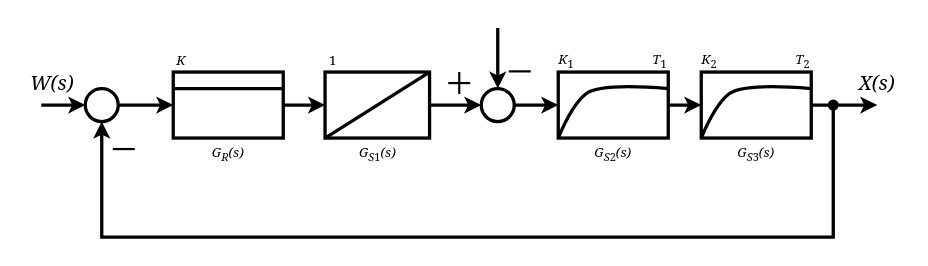
MaKaNu/draws keeps this draw.io diagram as diagrammRT.drawio. Above is the earlier version. Source tidied: cells renumbered, new cells numbered last; positions are measured from the earlier drawing's top-left corner, leaving out a move shared by most shapes. Both pictures are drawn from the tidied source at 110%, with x=0, y=0 at pixel (19, 28).
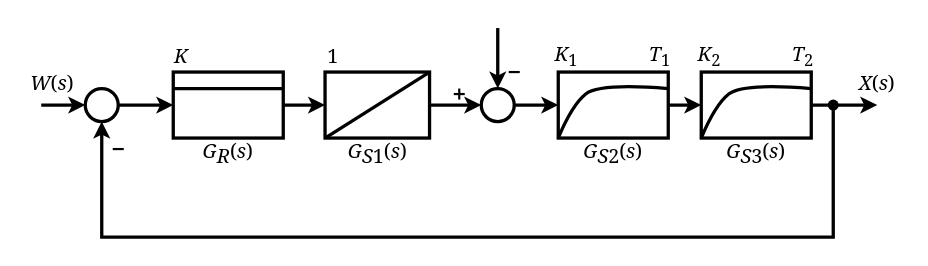
The same page after the edit.

What changed in the source:
```diff
@@
-    <mxCell id="26" value="&lt;i&gt;&lt;font face=&quot;Georgia&quot;&gt;&lt;font style=&quot;font-size: 13px;&quot;&gt;&lt;font style=&quot;font-size: 14px;&quot;&gt;&lt;font style=&quot;font-size: 15px;&quot;&gt;&lt;font style=&quot;font-size: 16px;&quot;&gt;&lt;font style=&quot;font-size: 17px;&quot;&gt;&lt;font style=&quot;font-size: 18px;&quot;&gt;W(s)&lt;/font&gt;&lt;/font&gt;&lt;/font&gt;&lt;/font&gt;&lt;/font&gt;&lt;/font&gt;&lt;/font&gt;&lt;/i&gt;" style="text;html=1;strokeColor=none;fillColor=none;align=center;verticalAlign=middle;whiteSpace=wrap;rounded=0;fontFamily=Times New Roman;" parent="1" vertex="1">
+    <mxCell id="26" value="&lt;i&gt;&lt;font face=&quot;Georgia&quot;&gt;&lt;font style=&quot;font-size: 13px;&quot;&gt;&lt;font style=&quot;font-size: 14px;&quot;&gt;&lt;font style=&quot;font-size: 15px;&quot;&gt;&lt;font style=&quot;font-size: 16px;&quot;&gt;&lt;font style=&quot;font-size: 17px;&quot;&gt;&lt;font style=&quot;font-size: 18px;&quot;&gt;W&lt;/font&gt;&lt;/font&gt;&lt;/font&gt;&lt;/font&gt;&lt;/font&gt;&lt;/font&gt;&lt;/font&gt;&lt;/i&gt;&lt;font face=&quot;Georgia&quot;&gt;&lt;font style=&quot;font-size: 13px;&quot;&gt;&lt;font style=&quot;font-size: 14px;&quot;&gt;&lt;font style=&quot;font-size: 15px;&quot;&gt;&lt;font style=&quot;font-size: 16px;&quot;&gt;&lt;font style=&quot;font-size: 17px;&quot;&gt;&lt;font style=&quot;font-size: 18px;&quot;&gt;(&lt;/font&gt;&lt;/font&gt;&lt;/font&gt;&lt;/font&gt;&lt;/font&gt;&lt;/font&gt;&lt;/font&gt;&lt;i&gt;&lt;font face=&quot;Georgia&quot;&gt;&lt;font style=&quot;font-size: 13px;&quot;&gt;&lt;font style=&quot;font-size: 14px;&quot;&gt;&lt;font style=&quot;font-size: 15px;&quot;&gt;&lt;font style=&quot;font-size: 16px;&quot;&gt;&lt;font style=&quot;font-size: 17px;&quot;&gt;&lt;font style=&quot;font-size: 18px;&quot;&gt;s&lt;/font&gt;&lt;/font&gt;&lt;/font&gt;&lt;/font&gt;&lt;/font&gt;&lt;/font&gt;&lt;/font&gt;&lt;/i&gt;&lt;font face=&quot;Georgia&quot;&gt;&lt;font style=&quot;font-size: 13px;&quot;&gt;&lt;font style=&quot;font-size: 14px;&quot;&gt;&lt;font style=&quot;font-size: 15px;&quot;&gt;&lt;font style=&quot;font-size: 16px;&quot;&gt;&lt;font style=&quot;font-size: 17px;&quot;&gt;&lt;font style=&quot;font-size: 18px;&quot;&gt;)&lt;/font&gt;&lt;/font&gt;&lt;/font&gt;&lt;/font&gt;&lt;/font&gt;&lt;/font&gt;&lt;/font&gt;" style="text;html=1;strokeColor=none;fillColor=none;align=center;verticalAlign=middle;whiteSpace=wrap;rounded=0;fontFamily=Times New Roman;" parent="1" vertex="1">
       <mxGeometry y="35" width="60" height="30" as="geometry" />
     </mxCell>
     <mxCell id="27" style="endArrow=none;html=1;rounded=0;strokeWidth=2;" parent="1" edge="1">
       <mxGeometry relative="1" as="geometry">
-        <mxPoint x="105" y="110" as="sourcePoint" />
+        <mxPoint x="95" y="110" as="sourcePoint" />
         <mxPoint x="85" y="110" as="targetPoint" />
       </mxGeometry>
     </mxCell>
     <mxCell id="28" style="endArrow=none;html=1;rounded=0;strokeWidth=2;" parent="1" edge="1">
       <mxGeometry relative="1" as="geometry">
-        <mxPoint x="465" y="39.4" as="sourcePoint" />
-        <mxPoint x="445" y="39.4" as="targetPoint" />
+        <mxPoint x="455" y="40" as="sourcePoint" />
+        <mxPoint x="445" y="40" as="targetPoint" />
       </mxGeometry>
     </mxCell>
     <mxCell id="29" style="group;strokeWidth=1;strokeColor=none;" parent="1" vertex="1">
-      <mxGeometry x="390" y="40" width="20" height="20" as="geometry" />
+      <mxGeometry x="390" y="50" width="20" height="20" as="geometry" />
     </mxCell>
     <mxCell id="30" style="endArrow=none;html=1;rounded=0;strokeWidth=2;" parent="29" edge="1">
       <mxGeometry relative="1" as="geometry">
-        <mxPoint x="20" y="10" as="sourcePoint" />
-        <mxPoint y="10" as="targetPoint" />
+        <mxPoint x="15" y="10" as="sourcePoint" />
+        <mxPoint x="5" y="10" as="targetPoint" />
       </mxGeometry>
     </mxCell>
     <mxCell id="31" style="endArrow=none;html=1;rounded=0;strokeWidth=2;" parent="29" edge="1">
       <mxGeometry relative="1" as="geometry">
-        <mxPoint x="10" as="sourcePoint" />
-        <mxPoint x="10" y="20" as="targetPoint" />
+        <mxPoint x="10" y="5" as="sourcePoint" />
+        <mxPoint x="10" y="15" as="targetPoint" />
       </mxGeometry>
     </mxCell>
@@
-    <mxCell id="33" value="&lt;i&gt;&lt;font face=&quot;Georgia&quot;&gt;&lt;font style=&quot;font-size: 13px;&quot;&gt;&lt;font style=&quot;font-size: 14px;&quot;&gt;&lt;font style=&quot;font-size: 15px;&quot;&gt;&lt;font style=&quot;font-size: 16px;&quot;&gt;&lt;font style=&quot;font-size: 17px;&quot;&gt;&lt;font style=&quot;font-size: 18px;&quot;&gt;X(s)&lt;/font&gt;&lt;/font&gt;&lt;/font&gt;&lt;/font&gt;&lt;/font&gt;&lt;/font&gt;&lt;/font&gt;&lt;/i&gt;" style="text;html=1;strokeColor=none;fillColor=none;align=center;verticalAlign=middle;whiteSpace=wrap;rounded=0;fontFamily=Times New Roman;" parent="1" vertex="1">
+    <mxCell id="33" value="&lt;i&gt;&lt;font face=&quot;Georgia&quot;&gt;&lt;font style=&quot;font-size: 13px;&quot;&gt;&lt;font style=&quot;font-size: 14px;&quot;&gt;&lt;font style=&quot;font-size: 15px;&quot;&gt;&lt;font style=&quot;font-size: 16px;&quot;&gt;&lt;font style=&quot;font-size: 17px;&quot;&gt;&lt;font style=&quot;font-size: 18px;&quot;&gt;X&lt;/font&gt;&lt;/font&gt;&lt;/font&gt;&lt;/font&gt;&lt;/font&gt;&lt;/font&gt;&lt;/font&gt;&lt;/i&gt;&lt;font face=&quot;Georgia&quot;&gt;&lt;font style=&quot;font-size: 13px;&quot;&gt;&lt;font style=&quot;font-size: 14px;&quot;&gt;&lt;font style=&quot;font-size: 15px;&quot;&gt;&lt;font style=&quot;font-size: 16px;&quot;&gt;&lt;font style=&quot;font-size: 17px;&quot;&gt;&lt;font style=&quot;font-size: 18px;&quot;&gt;(&lt;/font&gt;&lt;/font&gt;&lt;/font&gt;&lt;/font&gt;&lt;/font&gt;&lt;/font&gt;&lt;/font&gt;&lt;i&gt;&lt;font face=&quot;Georgia&quot;&gt;&lt;font style=&quot;font-size: 13px;&quot;&gt;&lt;font style=&quot;font-size: 14px;&quot;&gt;&lt;font style=&quot;font-size: 15px;&quot;&gt;&lt;font style=&quot;font-size: 16px;&quot;&gt;&lt;font style=&quot;font-size: 17px;&quot;&gt;&lt;font style=&quot;font-size: 18px;&quot;&gt;s&lt;/font&gt;&lt;/font&gt;&lt;/font&gt;&lt;/font&gt;&lt;/font&gt;&lt;/font&gt;&lt;/font&gt;&lt;/i&gt;&lt;font face=&quot;Georgia&quot;&gt;&lt;font style=&quot;font-size: 13px;&quot;&gt;&lt;font style=&quot;font-size: 14px;&quot;&gt;&lt;font style=&quot;font-size: 15px;&quot;&gt;&lt;font style=&quot;font-size: 16px;&quot;&gt;&lt;font style=&quot;font-size: 17px;&quot;&gt;&lt;font style=&quot;font-size: 18px;&quot;&gt;)&lt;/font&gt;&lt;/font&gt;&lt;/font&gt;&lt;/font&gt;&lt;/font&gt;&lt;/font&gt;&lt;/font&gt;" style="text;html=1;strokeColor=none;fillColor=none;align=center;verticalAlign=middle;whiteSpace=wrap;rounded=0;fontFamily=Times New Roman;" parent="1" vertex="1">
       <mxGeometry x="750" y="35" width="60" height="30" as="geometry" />
     </mxCell>
-    <mxCell id="34" value="&lt;i&gt;&lt;font face=&quot;Georgia&quot;&gt;G&lt;sub&gt;R&lt;/sub&gt;(s)&lt;/font&gt;&lt;/i&gt;" style="text;html=1;strokeColor=none;fillColor=none;align=center;verticalAlign=middle;whiteSpace=wrap;rounded=0;fontFamily=Times New Roman;" parent="1" vertex="1">
+    <mxCell id="34" value="&lt;i style=&quot;font-size: 18px;&quot;&gt;&lt;font style=&quot;font-size: 18px;&quot; face=&quot;Georgia&quot;&gt;G&lt;sub style=&quot;font-size: 18px;&quot;&gt;R&lt;/sub&gt;&lt;/font&gt;&lt;/i&gt;&lt;span style=&quot;font-size: 18px;&quot;&gt;&lt;font style=&quot;font-size: 18px;&quot; face=&quot;Georgia&quot;&gt;(&lt;/font&gt;&lt;/span&gt;&lt;i style=&quot;font-size: 18px;&quot;&gt;&lt;font style=&quot;font-size: 18px;&quot; face=&quot;Georgia&quot;&gt;s&lt;/font&gt;&lt;/i&gt;&lt;span style=&quot;font-size: 18px;&quot;&gt;&lt;font style=&quot;font-size: 18px;&quot; face=&quot;Georgia&quot;&gt;)&lt;/font&gt;&lt;/span&gt;" style="text;html=1;strokeColor=none;fillColor=none;align=center;verticalAlign=middle;whiteSpace=wrap;rounded=0;fontFamily=Times New Roman;fontSize=18;" parent="1" vertex="1">
       <mxGeometry x="160" y="100" width="60" height="30" as="geometry" />
     </mxCell>
-    <mxCell id="35" value="&lt;i&gt;&lt;font face=&quot;Georgia&quot;&gt;G&lt;sub&gt;S&lt;/sub&gt;&lt;/font&gt;&lt;/i&gt;&lt;font face=&quot;Georgia&quot;&gt;&lt;sub&gt;1&lt;/sub&gt;&lt;/font&gt;&lt;i&gt;&lt;font face=&quot;Georgia&quot;&gt;&lt;sub&gt;&lt;/sub&gt;(s)&lt;/font&gt;&lt;/i&gt;" style="text;html=1;strokeColor=none;fillColor=none;align=center;verticalAlign=middle;whiteSpace=wrap;rounded=0;fontFamily=Times New Roman;" parent="1" vertex="1">
+    <mxCell id="35" value="&lt;i style=&quot;font-size: 18px;&quot;&gt;&lt;font style=&quot;font-size: 18px;&quot; face=&quot;Georgia&quot;&gt;G&lt;sub style=&quot;font-size: 18px;&quot;&gt;S&lt;/sub&gt;&lt;/font&gt;&lt;/i&gt;&lt;font style=&quot;font-size: 18px;&quot; face=&quot;Georgia&quot;&gt;&lt;sub style=&quot;font-size: 18px;&quot;&gt;1&lt;/sub&gt;&lt;/font&gt;&lt;span style=&quot;font-size: 18px;&quot;&gt;&lt;font style=&quot;font-size: 18px;&quot; face=&quot;Georgia&quot;&gt;(&lt;/font&gt;&lt;/span&gt;&lt;i style=&quot;font-size: 18px;&quot;&gt;&lt;font style=&quot;font-size: 18px;&quot; face=&quot;Georgia&quot;&gt;s&lt;/font&gt;&lt;/i&gt;&lt;span style=&quot;font-size: 18px;&quot;&gt;&lt;font style=&quot;font-size: 18px;&quot; face=&quot;Georgia&quot;&gt;)&lt;/font&gt;&lt;/span&gt;" style="text;html=1;strokeColor=none;fillColor=none;align=center;verticalAlign=middle;whiteSpace=wrap;rounded=0;fontFamily=Times New Roman;fontSize=18;" parent="1" vertex="1">
       <mxGeometry x="295.5" y="100" width="60" height="30" as="geometry" />
     </mxCell>
-    <mxCell id="36" value="&lt;i&gt;&lt;font face=&quot;Georgia&quot;&gt;G&lt;sub&gt;S&lt;/sub&gt;&lt;/font&gt;&lt;/i&gt;&lt;font face=&quot;Georgia&quot;&gt;&lt;sub&gt;2&lt;/sub&gt;&lt;/font&gt;&lt;i&gt;&lt;font face=&quot;Georgia&quot;&gt;&lt;sub&gt;&lt;/sub&gt;(s)&lt;/font&gt;&lt;/i&gt;" style="text;html=1;strokeColor=none;fillColor=none;align=center;verticalAlign=middle;whiteSpace=wrap;rounded=0;fontFamily=Times New Roman;" parent="1" vertex="1">
+    <mxCell id="36" value="&lt;i style=&quot;font-size: 18px;&quot;&gt;&lt;font style=&quot;font-size: 18px;&quot; face=&quot;Georgia&quot;&gt;G&lt;sub style=&quot;font-size: 18px;&quot;&gt;S&lt;/sub&gt;&lt;/font&gt;&lt;/i&gt;&lt;font style=&quot;font-size: 18px;&quot; face=&quot;Georgia&quot;&gt;&lt;sub style=&quot;font-size: 18px;&quot;&gt;2&lt;/sub&gt;&lt;/font&gt;&lt;span style=&quot;font-size: 18px;&quot;&gt;&lt;font style=&quot;font-size: 18px;&quot; face=&quot;Georgia&quot;&gt;(&lt;/font&gt;&lt;/span&gt;&lt;i style=&quot;font-size: 18px;&quot;&gt;&lt;font style=&quot;font-size: 18px;&quot; face=&quot;Georgia&quot;&gt;s&lt;/font&gt;&lt;/i&gt;&lt;span style=&quot;font-size: 18px;&quot;&gt;&lt;font style=&quot;font-size: 18px;&quot; face=&quot;Georgia&quot;&gt;)&lt;/font&gt;&lt;/span&gt;" style="text;html=1;strokeColor=none;fillColor=none;align=center;verticalAlign=middle;whiteSpace=wrap;rounded=0;fontFamily=Times New Roman;fontSize=18;" parent="1" vertex="1">
       <mxGeometry x="510" y="100" width="60" height="30" as="geometry" />
     </mxCell>
-    <mxCell id="37" value="&lt;i&gt;&lt;font face=&quot;Georgia&quot;&gt;G&lt;sub&gt;S&lt;/sub&gt;&lt;/font&gt;&lt;/i&gt;&lt;font face=&quot;Georgia&quot;&gt;&lt;sub&gt;3&lt;/sub&gt;&lt;/font&gt;&lt;i&gt;&lt;font face=&quot;Georgia&quot;&gt;&lt;sub&gt;&lt;/sub&gt;(s)&lt;/font&gt;&lt;/i&gt;" style="text;html=1;strokeColor=none;fillColor=none;align=center;verticalAlign=middle;whiteSpace=wrap;rounded=0;fontFamily=Times New Roman;" parent="1" vertex="1">
+    <mxCell id="37" value="&lt;i style=&quot;font-size: 18px;&quot;&gt;&lt;font style=&quot;font-size: 18px;&quot; face=&quot;Georgia&quot;&gt;G&lt;sub style=&quot;font-size: 18px;&quot;&gt;S&lt;/sub&gt;&lt;/font&gt;&lt;/i&gt;&lt;font style=&quot;font-size: 18px;&quot; face=&quot;Georgia&quot;&gt;&lt;sub style=&quot;font-size: 18px;&quot;&gt;3&lt;/sub&gt;&lt;/font&gt;&lt;span style=&quot;font-size: 18px;&quot;&gt;&lt;font style=&quot;font-size: 18px;&quot; face=&quot;Georgia&quot;&gt;(&lt;/font&gt;&lt;/span&gt;&lt;i style=&quot;font-size: 18px;&quot;&gt;&lt;font style=&quot;font-size: 18px;&quot; face=&quot;Georgia&quot;&gt;s&lt;/font&gt;&lt;/i&gt;&lt;span style=&quot;font-size: 18px;&quot;&gt;&lt;font style=&quot;font-size: 18px;&quot; face=&quot;Georgia&quot;&gt;)&lt;/font&gt;&lt;/span&gt;" style="text;html=1;strokeColor=none;fillColor=none;align=center;verticalAlign=middle;whiteSpace=wrap;rounded=0;fontFamily=Times New Roman;fontSize=18;" parent="1" vertex="1">
       <mxGeometry x="640" y="100" width="60" height="30" as="geometry" />
     </mxCell>
-    <mxCell id="38" value="&lt;i&gt;&lt;font face=&quot;Georgia&quot;&gt;K&lt;/font&gt;&lt;/i&gt;" style="text;html=1;strokeColor=none;fillColor=none;align=center;verticalAlign=middle;whiteSpace=wrap;rounded=0;fontFamily=Times New Roman;" parent="1" vertex="1">
-      <mxGeometry x="140" y="20" width="15" height="20" as="geometry" />
+    <mxCell id="38" value="&lt;font style=&quot;font-size: 15px;&quot;&gt;&lt;i&gt;&lt;font style=&quot;font-size: 15px;&quot; face=&quot;Georgia&quot;&gt;&lt;font style=&quot;font-size: 15px;&quot;&gt;&lt;font style=&quot;font-size: 16px;&quot;&gt;&lt;font style=&quot;font-size: 17px;&quot;&gt;&lt;font style=&quot;font-size: 18px;&quot;&gt;K&lt;/font&gt;&lt;/font&gt;&lt;/font&gt;&lt;/font&gt;&lt;/font&gt;&lt;/i&gt;&lt;/font&gt;" style="text;html=1;strokeColor=none;fillColor=none;align=center;verticalAlign=middle;whiteSpace=wrap;rounded=0;fontFamily=Times New Roman;" parent="1" vertex="1">
+      <mxGeometry x="140" y="15" width="15" height="20" as="geometry" />
     </mxCell>
-    <mxCell id="39" value="&lt;i&gt;&lt;font face=&quot;Georgia&quot;&gt;K&lt;/font&gt;&lt;/i&gt;&lt;font face=&quot;Georgia&quot;&gt;&lt;sub&gt;1&lt;/sub&gt;&lt;/font&gt;" style="text;html=1;strokeColor=none;fillColor=none;align=center;verticalAlign=middle;whiteSpace=wrap;rounded=0;fontFamily=Times New Roman;" parent="1" vertex="1">
-      <mxGeometry x="490" y="20" width="15" height="20" as="geometry" />
+    <mxCell id="39" value="&lt;font style=&quot;font-size: 18px;&quot;&gt;&lt;i&gt;&lt;font style=&quot;font-size: 18px;&quot; face=&quot;Georgia&quot;&gt;K&lt;/font&gt;&lt;/i&gt;&lt;font style=&quot;font-size: 18px;&quot; face=&quot;Georgia&quot;&gt;&lt;sub&gt;1&lt;/sub&gt;&lt;/font&gt;&lt;/font&gt;" style="text;html=1;strokeColor=none;fillColor=none;align=center;verticalAlign=middle;whiteSpace=wrap;rounded=0;fontFamily=Times New Roman;" parent="1" vertex="1">
+      <mxGeometry x="490" y="15" width="15" height="20" as="geometry" />
     </mxCell>
-    <mxCell id="40" value="&lt;font face=&quot;Georgia&quot;&gt;1&lt;/font&gt;" style="text;html=1;strokeColor=none;fillColor=none;align=center;verticalAlign=middle;whiteSpace=wrap;rounded=0;fontFamily=Times New Roman;" parent="1" vertex="1">
-      <mxGeometry x="278" y="20" width="15" height="20" as="geometry" />
+    <mxCell id="40" value="&lt;font style=&quot;font-size: 18px;&quot; face=&quot;Georgia&quot;&gt;&lt;font style=&quot;font-size: 18px;&quot;&gt;1&lt;/font&gt;&lt;/font&gt;" style="text;html=1;strokeColor=none;fillColor=none;align=center;verticalAlign=middle;whiteSpace=wrap;rounded=0;fontFamily=Times New Roman;" parent="1" vertex="1">
+      <mxGeometry x="278" y="15" width="15" height="20" as="geometry" />
     </mxCell>
-    <mxCell id="41" value="&lt;i&gt;&lt;font face=&quot;Georgia&quot;&gt;K&lt;/font&gt;&lt;/i&gt;&lt;font face=&quot;Georgia&quot;&gt;&lt;sub&gt;2&lt;/sub&gt;&lt;/font&gt;" style="text;html=1;strokeColor=none;fillColor=none;align=center;verticalAlign=middle;whiteSpace=wrap;rounded=0;fontFamily=Times New Roman;" parent="1" vertex="1">
-      <mxGeometry x="620" y="20" width="15" height="20" as="geometry" />
+    <mxCell id="41" value="&lt;font style=&quot;font-size: 18px;&quot;&gt;&lt;i&gt;&lt;font style=&quot;font-size: 18px;&quot; face=&quot;Georgia&quot;&gt;K&lt;/font&gt;&lt;/i&gt;&lt;font style=&quot;font-size: 18px;&quot; face=&quot;Georgia&quot;&gt;&lt;sub&gt;2&lt;/sub&gt;&lt;/font&gt;&lt;/font&gt;" style="text;html=1;strokeColor=none;fillColor=none;align=center;verticalAlign=middle;whiteSpace=wrap;rounded=0;fontFamily=Times New Roman;" parent="1" vertex="1">
+      <mxGeometry x="620" y="15" width="15" height="20" as="geometry" />
     </mxCell>
-    <mxCell id="42" value="&lt;i&gt;&lt;font face=&quot;Georgia&quot;&gt;T&lt;/font&gt;&lt;/i&gt;&lt;font face=&quot;Georgia&quot;&gt;&lt;sub&gt;1&lt;/sub&gt;&lt;/font&gt;" style="text;html=1;strokeColor=none;fillColor=none;align=center;verticalAlign=middle;whiteSpace=wrap;rounded=0;fontFamily=Times New Roman;" parent="1" vertex="1">
-      <mxGeometry x="575" y="20" width="15" height="20" as="geometry" />
+    <mxCell id="42" value="&lt;font style=&quot;font-size: 18px;&quot;&gt;&lt;i&gt;&lt;font style=&quot;font-size: 18px;&quot; face=&quot;Georgia&quot;&gt;T&lt;/font&gt;&lt;/i&gt;&lt;font style=&quot;font-size: 18px;&quot; face=&quot;Georgia&quot;&gt;&lt;sub&gt;1&lt;/sub&gt;&lt;/font&gt;&lt;/font&gt;" style="text;html=1;strokeColor=none;fillColor=none;align=center;verticalAlign=middle;whiteSpace=wrap;rounded=0;fontFamily=Times New Roman;" parent="1" vertex="1">
+      <mxGeometry x="575" y="15" width="15" height="20" as="geometry" />
     </mxCell>
-    <mxCell id="43" value="&lt;i&gt;&lt;font face=&quot;Georgia&quot;&gt;T&lt;/font&gt;&lt;/i&gt;&lt;font face=&quot;Georgia&quot;&gt;&lt;sub&gt;2&lt;/sub&gt;&lt;/font&gt;" style="text;html=1;strokeColor=none;fillColor=none;align=center;verticalAlign=middle;whiteSpace=wrap;rounded=0;fontFamily=Times New Roman;" parent="1" vertex="1">
-      <mxGeometry x="705" y="20" width="15" height="20" as="geometry" />
+    <mxCell id="43" value="&lt;font style=&quot;font-size: 18px;&quot;&gt;&lt;i&gt;&lt;font style=&quot;font-size: 18px;&quot; face=&quot;Georgia&quot;&gt;T&lt;/font&gt;&lt;/i&gt;&lt;font style=&quot;font-size: 18px;&quot; face=&quot;Georgia&quot;&gt;&lt;sub&gt;2&lt;/sub&gt;&lt;/font&gt;&lt;/font&gt;" style="text;html=1;strokeColor=none;fillColor=none;align=center;verticalAlign=middle;whiteSpace=wrap;rounded=0;fontFamily=Times New Roman;" parent="1" vertex="1">
+      <mxGeometry x="705" y="15" width="15" height="20" as="geometry" />
     </mxCell>
```
